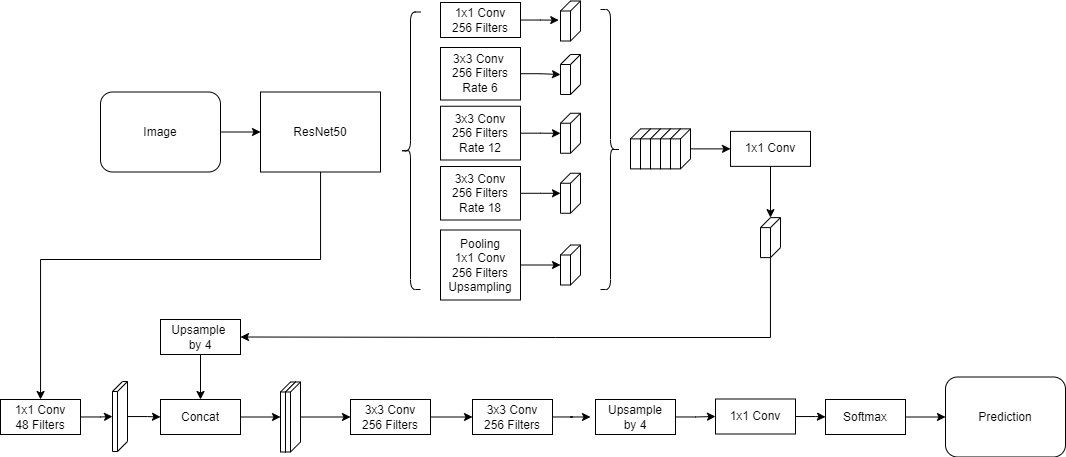
Earlier version of the draw.io export assets/images/NEXTPAGE/ARSI-256.png (realdanielalexander/semantic-segmentation). Source tidied: cells renumbered, new cells last; positions are measured from the earlier drawing's top-left corner, leaving out a move shared by most shapes.
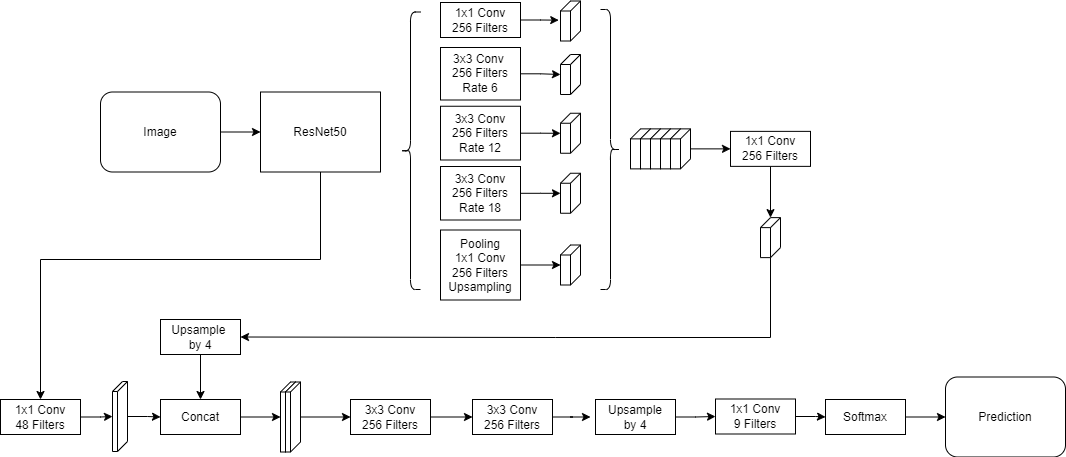
After the commit.

Diff of the diagram source:
```diff
@@ -91,7 +91,7 @@
     <mxCell id="29" style="edgeStyle=orthogonalEdgeStyle;rounded=0;jettySize=auto;html=1;" parent="1" edge="1" source="30" target="36">
       <mxGeometry relative="1" as="geometry" />
     </mxCell>
-    <mxCell id="30" value="1x1 Conv" style="rounded=0;whiteSpace=wrap;html=1;" parent="1" vertex="1">
+    <mxCell id="30" value="1x1 Conv&lt;br&gt;256 Filters" style="rounded=0;whiteSpace=wrap;html=1;" parent="1" vertex="1">
       <mxGeometry x="730" y="129.9" width="80" height="35" as="geometry" />
     </mxCell>
     <mxCell id="31" style="edgeStyle=orthogonalEdgeStyle;rounded=0;jettySize=auto;html=1;" parent="1" edge="1" source="32" target="34">
@@ -155,7 +155,7 @@
     <mxCell id="48" style="edgeStyle=orthogonalEdgeStyle;rounded=0;jettySize=auto;html=1;" parent="1" edge="1" source="49" target="51">
       <mxGeometry relative="1" as="geometry" />
     </mxCell>
-    <mxCell id="49" value="1x1 Conv" style="rounded=0;whiteSpace=wrap;html=1;" parent="1" vertex="1">
+    <mxCell id="49" value="1x1 Conv&lt;br&gt;9 Filters" style="rounded=0;whiteSpace=wrap;html=1;" parent="1" vertex="1">
       <mxGeometry x="715" y="397.5" width="80" height="35" as="geometry" />
     </mxCell>
     <mxCell id="50" style="edgeStyle=orthogonalEdgeStyle;rounded=0;jettySize=auto;html=1;" parent="1" edge="1" source="51" target="52">
```
